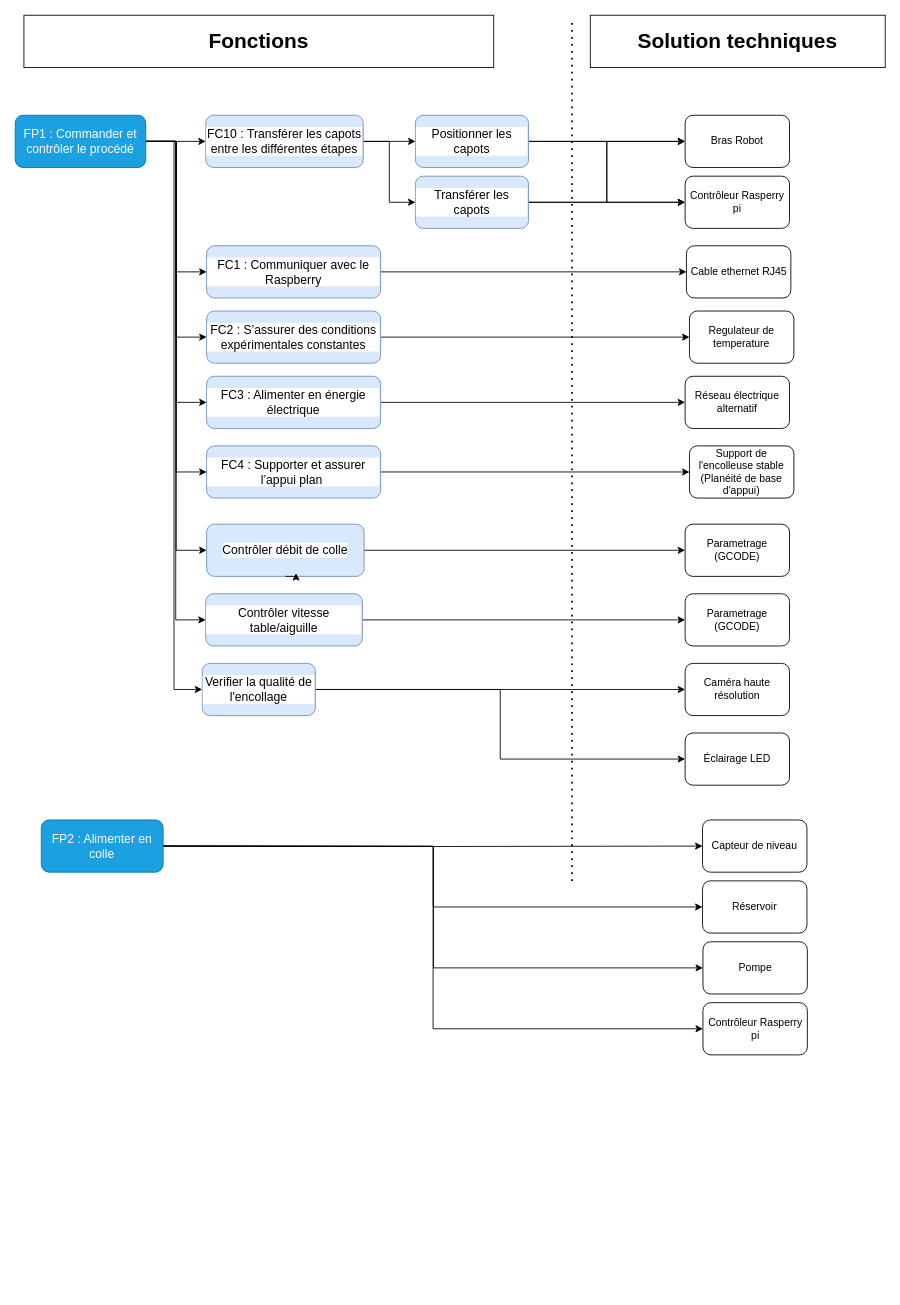
Above: PDCA4 (Analyse fonctionnelle)/FAST DIAGRAM/Diagramme_FAST.drawio in CharifMah/Systemes_automatises (draw.io), before the change. Source tidied: cells renumbered, new cells numbered last; positions are measured from the earlier drawing's top-left corner, leaving out a move shared by most shapes. Both pictures are drawn from the tidied source at 87%, with x=0, y=0 at pixel (15, 15).
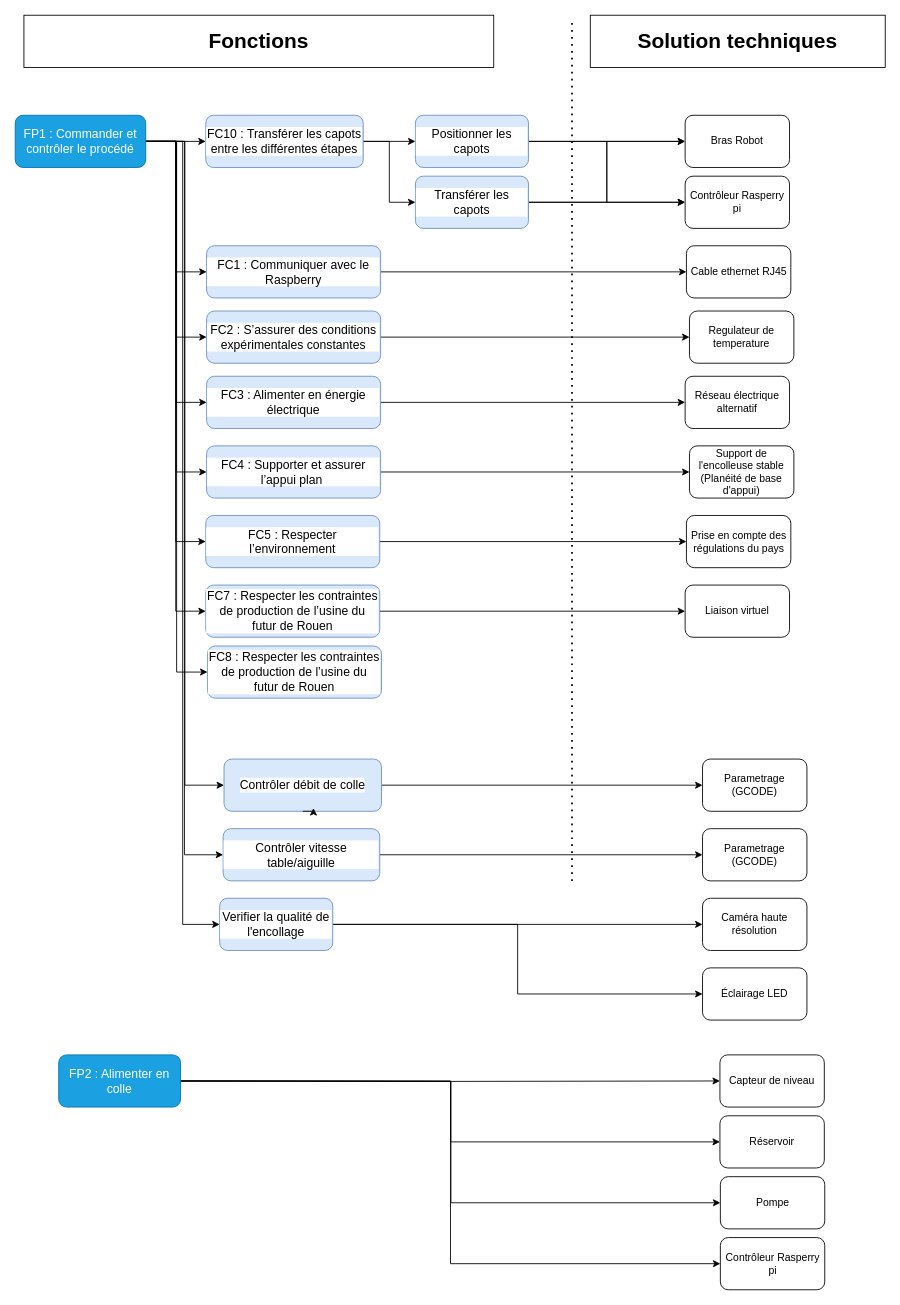
The same diagram, later.

The change refers to these unchanged cells:
```xml
<mxCell id="23" value="&lt;span&gt;&lt;font style=&quot;font-size: 14px; color: light-dark(rgb(255, 255, 255), rgb(0, 0, 0));&quot;&gt;FP1 : Commander et contrôler le procédé&lt;/font&gt;&lt;/span&gt;" style="rounded=1;whiteSpace=wrap;html=1;fillColor=#1ba1e2;fontColor=#ffffff;strokeColor=#006EAF;fontFamily=Helvetica;" parent="1" vertex="1">
  <mxGeometry y="115" width="150" height="60" as="geometry" />
</mxCell>
```

The edit, as a diff of the source:
```diff
@@
     <mxCell id="2" style="edgeStyle=orthogonalEdgeStyle;rounded=0;jettySize=auto;html=1;entryX=0;entryY=0.5;entryDx=0;entryDy=0;fontFamily=Helvetica;" parent="1" edge="1" target="30">
       <mxGeometry relative="1" as="geometry">
-        <mxPoint x="170" y="955" as="sourcePoint" />
+        <mxPoint x="190" y="1225" as="sourcePoint" />
       </mxGeometry>
     </mxCell>
     <mxCell id="3" style="edgeStyle=orthogonalEdgeStyle;rounded=0;jettySize=auto;html=1;entryX=0;entryY=0.5;entryDx=0;entryDy=0;fontFamily=Helvetica;" parent="1" edge="1" target="33">
       <mxGeometry relative="1" as="geometry">
-        <mxPoint x="170" y="955" as="sourcePoint" />
+        <mxPoint x="190" y="1225" as="sourcePoint" />
       </mxGeometry>
     </mxCell>
     <mxCell id="4" style="edgeStyle=orthogonalEdgeStyle;rounded=0;jettySize=auto;html=1;entryX=0;entryY=0.5;entryDx=0;entryDy=0;fontFamily=Helvetica;" parent="1" edge="1" target="34">
       <mxGeometry relative="1" as="geometry">
-        <mxPoint x="170" y="955" as="sourcePoint" />
+        <mxPoint x="190" y="1225" as="sourcePoint" />
       </mxGeometry>
     </mxCell>
@@
     <mxCell id="10" value="&lt;span style=&quot;font-size: 14px;&quot;&gt;Contrôler débit de colle&lt;/span&gt;" style="rounded=1;whiteSpace=wrap;html=1;labelBackgroundColor=default;labelBorderColor=none;textShadow=0;fillColor=#dae8fc;strokeColor=#6c8ebf;fontFamily=Helvetica;" parent="1" vertex="1">
-      <mxGeometry x="220" y="585" width="181" height="60" as="geometry" />
+      <mxGeometry x="240" y="855" width="181" height="60" as="geometry" />
     </mxCell>
@@
     <mxCell id="12" value="&lt;span style=&quot;font-size: 14px;&quot;&gt;Contrôler vitesse table/aiguille&lt;/span&gt;" style="rounded=1;whiteSpace=wrap;html=1;labelBackgroundColor=default;labelBorderColor=none;textShadow=0;fillColor=#dae8fc;strokeColor=#6c8ebf;fontFamily=Helvetica;" parent="1" vertex="1">
-      <mxGeometry x="219" y="665" width="180" height="60" as="geometry" />
+      <mxGeometry x="239" y="935" width="180" height="60" as="geometry" />
     </mxCell>
@@
+    <mxCell id="60" style="edgeStyle=orthogonalEdgeStyle;rounded=0;jettySize=auto;html=1;entryX=0;entryY=0.5;entryDx=0;entryDy=0;" parent="1" edge="1" source="23" target="64">
+      <mxGeometry relative="1" as="geometry" />
+    </mxCell>
+    <mxCell id="61" style="edgeStyle=orthogonalEdgeStyle;rounded=0;jettySize=auto;html=1;entryX=0;entryY=0.5;entryDx=0;entryDy=0;" parent="1" edge="1" source="23" target="67">
+      <mxGeometry relative="1" as="geometry" />
+    </mxCell>
+    <mxCell id="62" style="edgeStyle=orthogonalEdgeStyle;rounded=0;jettySize=auto;html=1;entryX=0;entryY=0.5;entryDx=0;entryDy=0;" parent="1" edge="1" source="23" target="69">
+      <mxGeometry relative="1" as="geometry" />
+    </mxCell>
@@
     <mxCell id="28" value="Parametrage (GCODE)" style="rounded=1;whiteSpace=wrap;html=1;fontFamily=Helvetica;" parent="1" vertex="1">
-      <mxGeometry x="770" y="585" width="120" height="60" as="geometry" />
+      <mxGeometry x="790" y="855" width="120" height="60" as="geometry" />
     </mxCell>
     <mxCell id="29" value="Parametrage (GCODE)" style="rounded=1;whiteSpace=wrap;html=1;fontFamily=Helvetica;" parent="1" vertex="1">
-      <mxGeometry x="770" y="665" width="120" height="60" as="geometry" />
+      <mxGeometry x="790" y="935" width="120" height="60" as="geometry" />
     </mxCell>
     <mxCell id="30" value="Capteur de niveau" style="rounded=1;whiteSpace=wrap;html=1;fontFamily=Helvetica;" parent="1" vertex="1">
-      <mxGeometry x="790" y="925" width="120" height="60" as="geometry" />
+      <mxGeometry x="810" y="1195" width="120" height="60" as="geometry" />
     </mxCell>
@@
     <mxCell id="33" value="Réservoir " style="rounded=1;whiteSpace=wrap;html=1;fontFamily=Helvetica;" parent="1" vertex="1">
-      <mxGeometry x="790" y="995" width="120" height="60" as="geometry" />
+      <mxGeometry x="810" y="1265" width="120" height="60" as="geometry" />
     </mxCell>
     <mxCell id="34" value="Pompe" style="rounded=1;whiteSpace=wrap;html=1;fontFamily=Helvetica;" parent="1" vertex="1">
-      <mxGeometry x="790.5" y="1065" width="120" height="60" as="geometry" />
+      <mxGeometry x="810.5" y="1335" width="120" height="60" as="geometry" />
     </mxCell>
     <mxCell id="35" value="Contrôleur Rasperry pi" style="rounded=1;whiteSpace=wrap;html=1;fontFamily=Helvetica;" parent="1" vertex="1">
-      <mxGeometry x="790.5" y="1135" width="120" height="60" as="geometry" />
+      <mxGeometry x="810.5" y="1405" width="120" height="60" as="geometry" />
     </mxCell>
@@
     <mxCell id="38" value="&lt;span style=&quot;font-size: 14px;&quot;&gt;Verifier la qualité de l'encollage&lt;/span&gt;" style="rounded=1;whiteSpace=wrap;html=1;labelBackgroundColor=default;labelBorderColor=none;textShadow=0;fillColor=#dae8fc;strokeColor=#6c8ebf;fontFamily=Helvetica;" parent="1" vertex="1">
-      <mxGeometry x="215" y="745" width="130" height="60" as="geometry" />
+      <mxGeometry x="235" y="1015" width="130" height="60" as="geometry" />
     </mxCell>
     <mxCell id="39" value="Caméra haute résolution" style="rounded=1;whiteSpace=wrap;html=1;fontFamily=Helvetica;" parent="1" vertex="1">
-      <mxGeometry x="770" y="745" width="120" height="60" as="geometry" />
+      <mxGeometry x="790" y="1015" width="120" height="60" as="geometry" />
     </mxCell>
     <mxCell id="40" value="Éclairage LED" style="rounded=1;whiteSpace=wrap;html=1;fontFamily=Helvetica;" parent="1" vertex="1">
-      <mxGeometry x="770" y="825" width="120" height="60" as="geometry" />
+      <mxGeometry x="790" y="1095" width="120" height="60" as="geometry" />
     </mxCell>
@@
     <mxCell id="42" value="&lt;span style=&quot;font-size: 14px;&quot;&gt;&lt;font style=&quot;color: rgb(255, 255, 255);&quot;&gt;FP2 : Alimenter en colle&lt;/font&gt;&lt;/span&gt;" style="rounded=1;whiteSpace=wrap;html=1;fillColor=#1ba1e2;fontColor=#ffffff;strokeColor=#006EAF;fontFamily=Helvetica;" parent="1" vertex="1">
-      <mxGeometry x="30" y="925" width="140" height="60" as="geometry" />
+      <mxGeometry x="50" y="1195" width="140" height="60" as="geometry" />
     </mxCell>
@@
+    <mxCell id="63" style="edgeStyle=orthogonalEdgeStyle;rounded=0;jettySize=auto;html=1;entryX=0;entryY=0.5;entryDx=0;entryDy=0;" parent="1" edge="1" source="64" target="65">
+      <mxGeometry relative="1" as="geometry" />
+    </mxCell>
+    <mxCell id="64" value="&lt;div&gt;&lt;font style=&quot;font-size: 14px;&quot;&gt;FC5&lt;/font&gt;&lt;span style=&quot;font-size: 14px; background-color: light-dark(#ffffff, var(--ge-dark-color, #121212)); color: light-dark(rgb(0, 0, 0), rgb(255, 255, 255));&quot;&gt;&amp;nbsp;:&amp;nbsp;Respecter l’environnement&lt;/span&gt;&lt;/div&gt;" style="rounded=1;whiteSpace=wrap;html=1;labelBackgroundColor=default;labelBorderColor=none;textShadow=0;fillColor=#dae8fc;strokeColor=#6c8ebf;fontFamily=Helvetica;" parent="1" vertex="1">
+      <mxGeometry x="219" y="575" width="200" height="60" as="geometry" />
+    </mxCell>
+    <mxCell id="65" value="Prise en compte des régulations du pays" style="rounded=1;whiteSpace=wrap;html=1;" parent="1" vertex="1">
+      <mxGeometry x="771.5" y="575" width="120" height="60" as="geometry" />
+    </mxCell>
+    <mxCell id="66" style="edgeStyle=orthogonalEdgeStyle;rounded=0;jettySize=auto;html=1;entryX=0;entryY=0.5;entryDx=0;entryDy=0;" parent="1" edge="1" source="67" target="68">
+      <mxGeometry relative="1" as="geometry" />
+    </mxCell>
+    <mxCell id="67" value="&lt;div&gt;&lt;font style=&quot;font-size: 14px;&quot;&gt;FC7&lt;/font&gt;&lt;span style=&quot;color: light-dark(rgb(0, 0, 0), rgb(255, 255, 255)); font-size: 14px; background-color: light-dark(#ffffff, var(--ge-dark-color, #121212));&quot;&gt;&amp;nbsp;:&amp;nbsp;&lt;/span&gt;&lt;span style=&quot;color: light-dark(rgb(0, 0, 0), rgb(255, 255, 255)); background-color: light-dark(#ffffff, var(--ge-dark-color, #121212)); font-size: 14px;&quot;&gt;Respecter les contraintes de production de l’usine du futur de Rouen&lt;/span&gt;&lt;/div&gt;" style="rounded=1;whiteSpace=wrap;html=1;labelBackgroundColor=default;labelBorderColor=none;textShadow=0;fillColor=#dae8fc;strokeColor=#6c8ebf;fontFamily=Helvetica;" parent="1" vertex="1">
+      <mxGeometry x="219" y="655" width="200" height="60" as="geometry" />
+    </mxCell>
+    <mxCell id="68" value="Liaison virtuel" style="rounded=1;whiteSpace=wrap;html=1;" parent="1" vertex="1">
+      <mxGeometry x="770" y="655" width="120" height="60" as="geometry" />
+    </mxCell>
+    <mxCell id="69" value="&lt;div&gt;&lt;font style=&quot;font-size: 14px;&quot;&gt;FC8&lt;/font&gt;&lt;span style=&quot;font-size: 14px; background-color: light-dark(#ffffff, var(--ge-dark-color, #121212)); color: light-dark(rgb(0, 0, 0), rgb(255, 255, 255));&quot;&gt;&amp;nbsp;:&amp;nbsp;&lt;/span&gt;&lt;span style=&quot;background-color: light-dark(#ffffff, var(--ge-dark-color, #121212)); font-size: 14px;&quot;&gt;Respecter les contraintes de production de l’usine du futur de Rouen&lt;/span&gt;&lt;/div&gt;" style="rounded=1;whiteSpace=wrap;html=1;labelBackgroundColor=default;labelBorderColor=none;textShadow=0;fillColor=#dae8fc;strokeColor=#6c8ebf;fontFamily=Helvetica;" parent="1" vertex="1">
+      <mxGeometry x="221" y="725" width="200" height="60" as="geometry" />
+    </mxCell>
```
